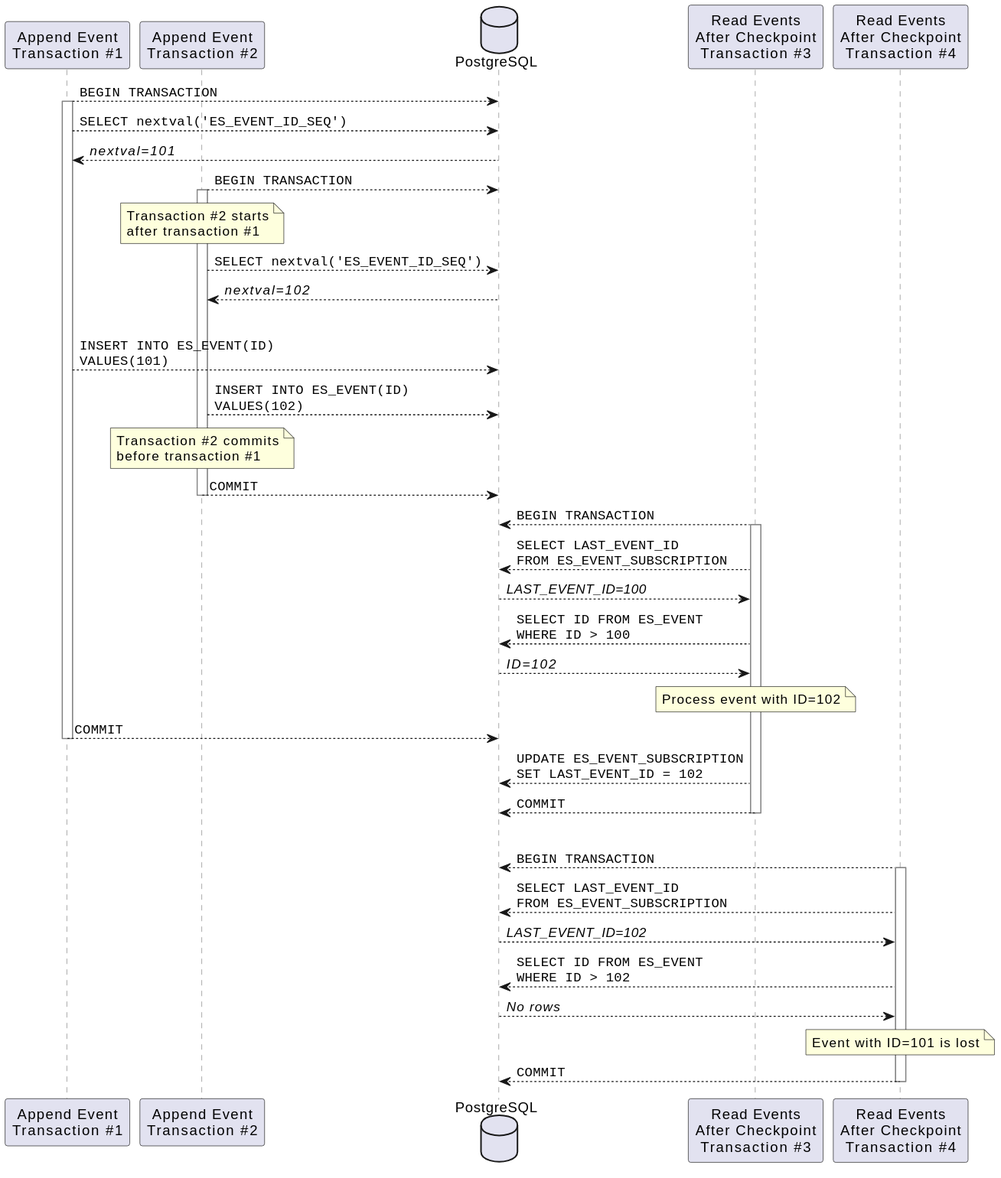
Above: img/postgresql-naive-outbox.svg in codehunter-dev-281/postgresql-event-sourcing (PlantUML), before the change.
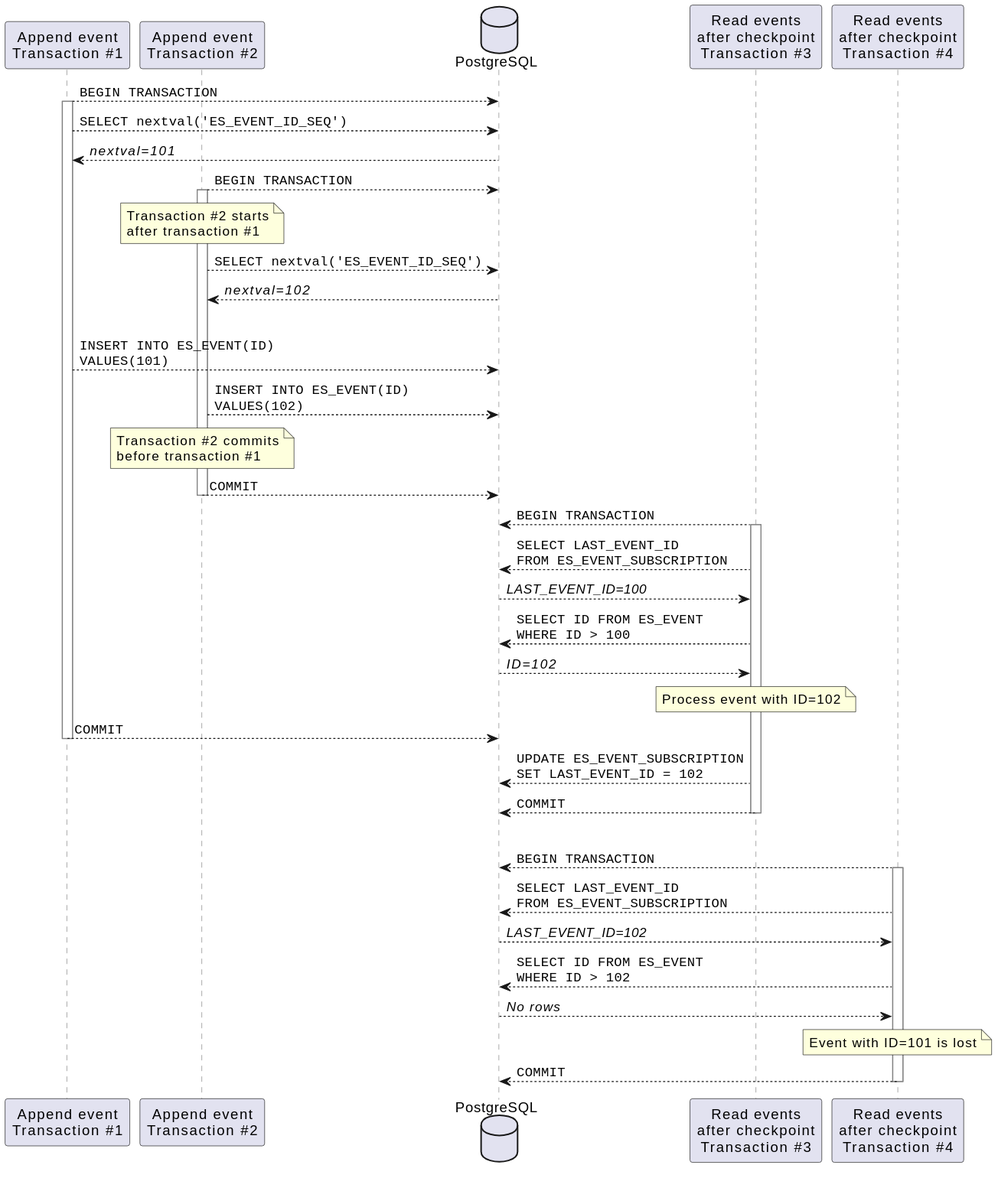
The same diagram one commit later.

Commit message:
Describe alternative transactional outbox implementation using lock

The edit, as a diff of the source:
```diff
@@ -6,11 +6,11 @@
   LifeLineBorderColor Grey
 }
 
-participant "Append Event\nTransaction #1" as tx1
-participant "Append Event\nTransaction #2" as tx2
+participant "Append event\nTransaction #1" as tx1
+participant "Append event\nTransaction #2" as tx2
 database "PostgreSQL" as db
-participant "Read Events\nAfter Checkpoint\nTransaction #3" as tx3
-participant "Read Events\nAfter Checkpoint\nTransaction #4" as tx4
+participant "Read events\nafter checkpoint\nTransaction #3" as tx3
+participant "Read events\nafter checkpoint\nTransaction #4" as tx4
 
 tx1 --> db: ""BEGIN TRANSACTION""
 activate tx1
```
